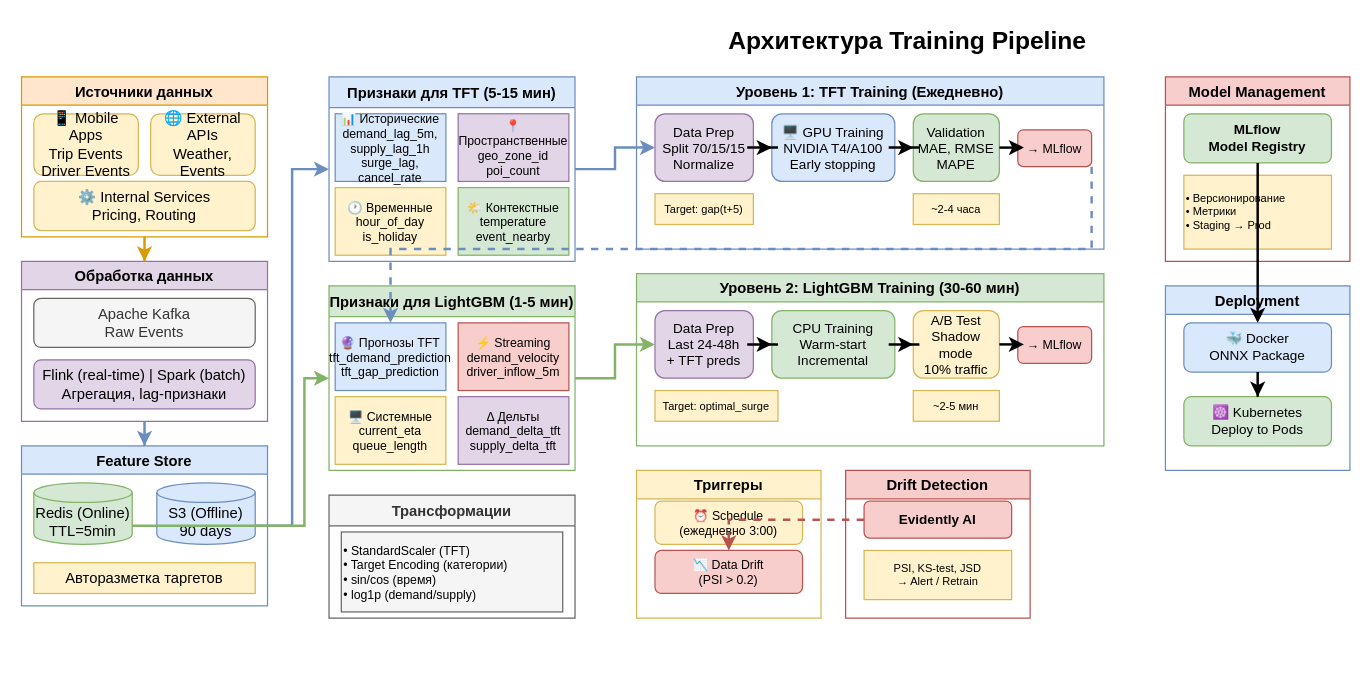
Above: diagrams/3_training_pipeline.drawio in mityamuch/MachineSystemsKP (draw.io), before the change. Source tidied: cells renumbered, new cells numbered last; positions are measured from the earlier drawing's top-left corner, leaving out a move shared by most shapes. Both pictures are drawn from the tidied source at 123%, with x=0, y=0 at pixel (21, 21).
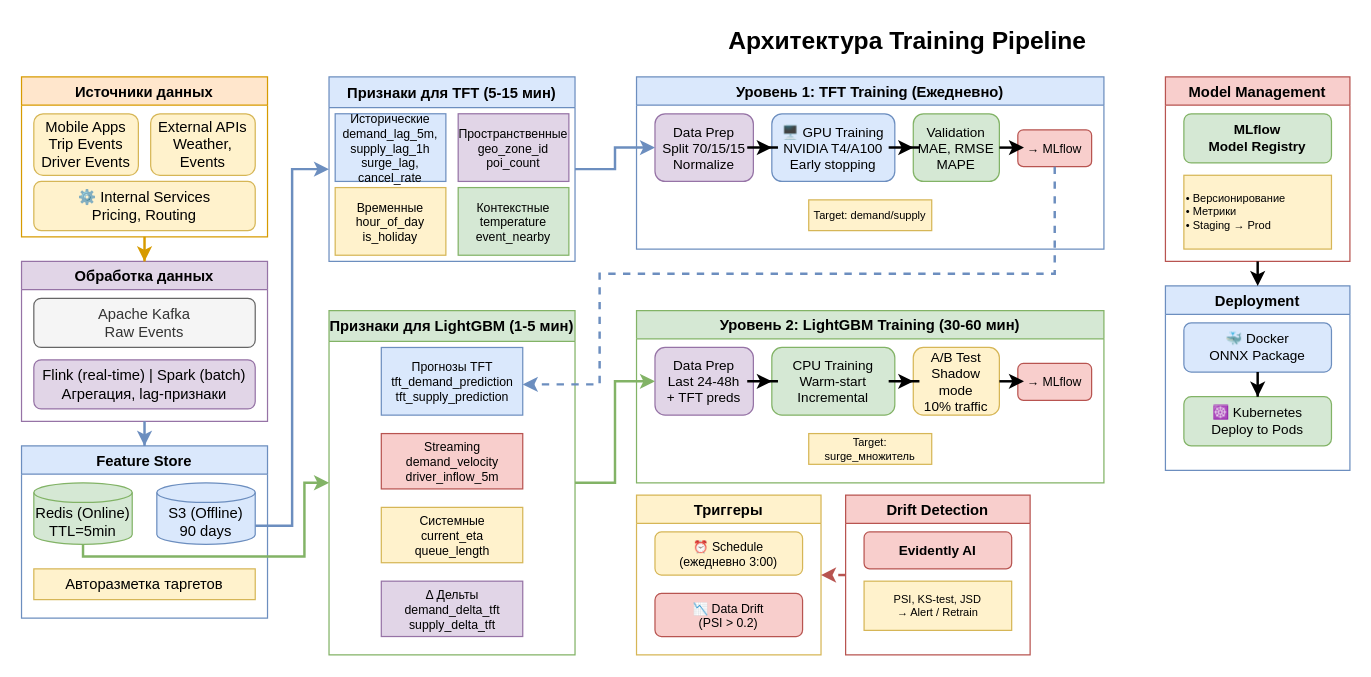
The same page after the edit.

Unchanged cells that the change refers to:
```xml
<mxCell id="3" value="Источники данных" style="swimlane;fillColor=#ffe6cc;strokeColor=#d79b00;fontStyle=1;" parent="1" vertex="1">
  <mxGeometry y="45" width="200" height="130" as="geometry" />
</mxCell>
<mxCell id="11" value="Redis (Online)&lt;br&gt;TTL=5min" style="shape=cylinder3;whiteSpace=wrap;html=1;boundedLbl=1;backgroundOutline=1;size=8;fillColor=#d5e8d4;strokeColor=#82b366;" parent="10" vertex="1">
  <mxGeometry x="10" y="30" width="80" height="50" as="geometry" />
</mxCell>
<mxCell id="14" value="Признаки для TFT (5-15 мин)" style="swimlane;fillColor=#dae8fc;strokeColor=#6c8ebf;fontStyle=1;startSize=25;" parent="1" vertex="1">
  <mxGeometry x="250" y="45" width="200" height="150" as="geometry" />
</mxCell>
<mxCell id="26" value="Уровень 1: TFT Training (Ежедневно)" style="swimlane;fillColor=#dae8fc;strokeColor=#6c8ebf;fontStyle=1;" parent="1" vertex="1">
  <mxGeometry x="500" y="45" width="380" height="140" as="geometry" />
</mxCell>
<mxCell id="34" value="→ MLflow" style="rounded=1;whiteSpace=wrap;html=1;fillColor=#f8cecc;strokeColor=#b85450;fontSize=10;" parent="26" vertex="1">
  <mxGeometry x="310" y="43" width="60" height="30" as="geometry" />
</mxCell>
<mxCell id="53" value="MLflow&lt;br&gt;Model Registry" style="rounded=1;whiteSpace=wrap;html=1;fillColor=#d5e8d4;strokeColor=#82b366;fontStyle=1;fontSize=11;" parent="52" vertex="1">
  <mxGeometry x="15" y="30" width="120" height="40" as="geometry" />
</mxCell>
<mxCell id="56" value="🐳 Docker&lt;br&gt;ONNX Package" style="rounded=1;whiteSpace=wrap;html=1;fillColor=#dae8fc;strokeColor=#6c8ebf;fontSize=11;" parent="55" vertex="1">
  <mxGeometry x="15" y="30" width="120" height="40" as="geometry" />
</mxCell>
```

Diff of the diagram source:
```diff
@@
-    <mxCell id="4" value="📱 Mobile Apps&lt;br&gt;Trip Events&lt;br&gt;Driver Events" style="rounded=1;whiteSpace=wrap;html=1;fillColor=#fff2cc;strokeColor=#d6b656;" parent="3" vertex="1">
+    <mxCell id="4" value="Mobile Apps&lt;br&gt;Trip Events&lt;br&gt;Driver Events" style="rounded=1;whiteSpace=wrap;html=1;fillColor=#fff2cc;strokeColor=#d6b656;" parent="3" vertex="1">
       <mxGeometry x="10" y="30" width="85" height="50" as="geometry" />
     </mxCell>
-    <mxCell id="5" value="🌐 External APIs&lt;br&gt;Weather, Events" style="rounded=1;whiteSpace=wrap;html=1;fillColor=#fff2cc;strokeColor=#d6b656;" parent="3" vertex="1">
+    <mxCell id="5" value="External APIs&lt;br&gt;Weather, Events" style="rounded=1;whiteSpace=wrap;html=1;fillColor=#fff2cc;strokeColor=#d6b656;" parent="3" vertex="1">
       <mxGeometry x="105" y="30" width="85" height="50" as="geometry" />
     </mxCell>
@@
     <mxCell id="10" value="Feature Store" style="swimlane;fillColor=#dae8fc;strokeColor=#6c8ebf;fontStyle=1;" parent="1" vertex="1">
-      <mxGeometry y="345" width="200" height="130" as="geometry" />
+      <mxGeometry y="345" width="200" height="140" as="geometry" />
     </mxCell>
@@
     <mxCell id="13" value="Авторазметка таргетов" style="rounded=0;whiteSpace=wrap;html=1;fillColor=#fff2cc;strokeColor=#d6b656;" parent="10" vertex="1">
-      <mxGeometry x="10" y="95" width="180" height="25" as="geometry" />
+      <mxGeometry x="10" y="100" width="180" height="25" as="geometry" />
     </mxCell>
@@
-    <mxCell id="15" value="📊 Исторические&lt;br&gt;demand_lag_5m, supply_lag_1h&lt;br&gt;surge_lag, cancel_rate" style="rounded=0;whiteSpace=wrap;html=1;fillColor=#dae8fc;strokeColor=#6c8ebf;fontSize=10;" parent="14" vertex="1">
+    <mxCell id="15" value="Исторические&lt;br&gt;demand_lag_5m, supply_lag_1h&lt;br&gt;surge_lag, cancel_rate" style="rounded=0;whiteSpace=wrap;html=1;fillColor=#dae8fc;strokeColor=#6c8ebf;fontSize=10;" parent="14" vertex="1">
       <mxGeometry x="5" y="30" width="90" height="55" as="geometry" />
     </mxCell>
-    <mxCell id="16" value="📍 Пространственные&lt;br&gt;geo_zone_id&lt;br&gt;poi_count" style="rounded=0;whiteSpace=wrap;html=1;fillColor=#e1d5e7;strokeColor=#9673a6;fontSize=10;" parent="14" vertex="1">
+    <mxCell id="16" value="Пространственные&lt;br&gt;geo_zone_id&lt;br&gt;poi_count" style="rounded=0;whiteSpace=wrap;html=1;fillColor=#e1d5e7;strokeColor=#9673a6;fontSize=10;" parent="14" vertex="1">
       <mxGeometry x="105" y="30" width="90" height="55" as="geometry" />
     </mxCell>
-    <mxCell id="17" value="🕐 Временные&lt;br&gt;hour_of_day&lt;br&gt;is_holiday" style="rounded=0;whiteSpace=wrap;html=1;fillColor=#fff2cc;strokeColor=#d6b656;fontSize=10;" parent="14" vertex="1">
+    <mxCell id="17" value="Временные&lt;br&gt;hour_of_day&lt;br&gt;is_holiday" style="rounded=0;whiteSpace=wrap;html=1;fillColor=#fff2cc;strokeColor=#d6b656;fontSize=10;" parent="14" vertex="1">
       <mxGeometry x="5" y="90" width="90" height="55" as="geometry" />
     </mxCell>
-    <mxCell id="18" value="🌤️ Контекстные&lt;br&gt;temperature&lt;br&gt;event_nearby" style="rounded=0;whiteSpace=wrap;html=1;fillColor=#d5e8d4;strokeColor=#82b366;fontSize=10;" parent="14" vertex="1">
+    <mxCell id="18" value="Контекстные&lt;br&gt;temperature&lt;br&gt;event_nearby" style="rounded=0;whiteSpace=wrap;html=1;fillColor=#d5e8d4;strokeColor=#82b366;fontSize=10;" parent="14" vertex="1">
       <mxGeometry x="105" y="90" width="90" height="55" as="geometry" />
     </mxCell>
     <mxCell id="19" value="Признаки для LightGBM (1-5 мин)" style="swimlane;fillColor=#d5e8d4;strokeColor=#82b366;fontStyle=1;startSize=25;" parent="1" vertex="1">
-      <mxGeometry x="250" y="215" width="200" height="150" as="geometry" />
+      <mxGeometry x="250" y="235" width="200" height="280" as="geometry" />
     </mxCell>
-    <mxCell id="20" value="🔮 Прогнозы TFT&lt;br&gt;tft_demand_prediction&lt;br&gt;tft_gap_prediction" style="rounded=0;whiteSpace=wrap;html=1;fillColor=#dae8fc;strokeColor=#6c8ebf;fontSize=10;" parent="19" vertex="1">
-      <mxGeometry x="5" y="30" width="90" height="55" as="geometry" />
+    <mxCell id="20" value="Прогнозы TFT&lt;br&gt;tft_demand_prediction&lt;br&gt;tft_supply_prediction" style="rounded=0;whiteSpace=wrap;html=1;fillColor=#dae8fc;strokeColor=#6c8ebf;fontSize=10;" parent="19" vertex="1">
+      <mxGeometry x="42.5" y="30" width="115" height="55" as="geometry" />
     </mxCell>
-    <mxCell id="21" value="⚡ Streaming&lt;br&gt;demand_velocity&lt;br&gt;driver_inflow_5m" style="rounded=0;whiteSpace=wrap;html=1;fillColor=#f8cecc;strokeColor=#b85450;fontSize=10;" parent="19" vertex="1">
-      <mxGeometry x="105" y="30" width="90" height="55" as="geometry" />
+    <mxCell id="21" value="Streaming&lt;br&gt;demand_velocity&lt;br&gt;driver_inflow_5m" style="rounded=0;whiteSpace=wrap;html=1;fillColor=#f8cecc;strokeColor=#b85450;fontSize=10;" parent="19" vertex="1">
+      <mxGeometry x="42.5" y="100" width="115" height="45" as="geometry" />
     </mxCell>
-    <mxCell id="22" value="🖥️ Системные&lt;br&gt;current_eta&lt;br&gt;queue_length" style="rounded=0;whiteSpace=wrap;html=1;fillColor=#fff2cc;strokeColor=#d6b656;fontSize=10;" parent="19" vertex="1">
-      <mxGeometry x="5" y="90" width="90" height="55" as="geometry" />
+    <mxCell id="22" value="Системные&lt;br&gt;current_eta&lt;br&gt;queue_length" style="rounded=0;whiteSpace=wrap;html=1;fillColor=#fff2cc;strokeColor=#d6b656;fontSize=10;" parent="19" vertex="1">
+      <mxGeometry x="42.5" y="160" width="115" height="45" as="geometry" />
     </mxCell>
     <mxCell id="23" value="Δ Дельты&lt;br&gt;demand_delta_tft&lt;br&gt;supply_delta_tft" style="rounded=0;whiteSpace=wrap;html=1;fillColor=#e1d5e7;strokeColor=#9673a6;fontSize=10;" parent="19" vertex="1">
-      <mxGeometry x="105" y="90" width="90" height="55" as="geometry" />
+      <mxGeometry x="42.5" y="220" width="115" height="45" as="geometry" />
     </mxCell>
-    <mxCell id="24" value="Трансформации" style="swimlane;fillColor=#f5f5f5;strokeColor=#666666;fontStyle=1;fontColor=#333333;startSize=25;" parent="1" vertex="1">
-      <mxGeometry x="250" y="385" width="200" height="100" as="geometry" />
-    </mxCell>
-    <mxCell id="25" value="• StandardScaler (TFT)&lt;br&gt;• Target Encoding (категории)&lt;br&gt;• sin/cos (время)&lt;br&gt;• log1p (demand/supply)" style="rounded=0;whiteSpace=wrap;html=1;fillColor=#f5f5f5;strokeColor=#666666;fontSize=10;align=left;" parent="24" vertex="1">
-      <mxGeometry x="10" y="30" width="180" height="65" as="geometry" />
-    </mxCell>
@@
-    <mxCell id="30" value="Target: gap(t+5)" style="rounded=0;whiteSpace=wrap;html=1;fillColor=#fff2cc;strokeColor=#d6b656;fontSize=9;" parent="26" vertex="1">
-      <mxGeometry x="15" y="95" width="80" height="25" as="geometry" />
+    <mxCell id="30" value="Target: demand/supply" style="rounded=0;whiteSpace=wrap;html=1;fillColor=#fff2cc;strokeColor=#d6b656;fontSize=9;" parent="26" vertex="1">
+      <mxGeometry x="140" y="100" width="100" height="25" as="geometry" />
     </mxCell>
-    <mxCell id="31" value="~2-4 часа" style="rounded=0;whiteSpace=wrap;html=1;fillColor=#fff2cc;strokeColor=#d6b656;fontSize=9;" parent="26" vertex="1">
-      <mxGeometry x="225" y="95" width="70" height="25" as="geometry" />
-    </mxCell>
@@
     <mxCell id="36" value="Уровень 2: LightGBM Training (30-60 мин)" style="swimlane;fillColor=#d5e8d4;strokeColor=#82b366;fontStyle=1;" parent="1" vertex="1">
-      <mxGeometry x="500" y="205" width="380" height="140" as="geometry" />
+      <mxGeometry x="500" y="235" width="380" height="140" as="geometry" />
     </mxCell>
@@
-    <mxCell id="40" value="Target: optimal_surge" style="rounded=0;whiteSpace=wrap;html=1;fillColor=#fff2cc;strokeColor=#d6b656;fontSize=9;" parent="36" vertex="1">
-      <mxGeometry x="15" y="95" width="100" height="25" as="geometry" />
+    <mxCell id="40" value="Target: surge_множитель" style="rounded=0;whiteSpace=wrap;html=1;fillColor=#fff2cc;strokeColor=#d6b656;fontSize=9;" parent="36" vertex="1">
+      <mxGeometry x="140" y="100" width="100" height="25" as="geometry" />
     </mxCell>
-    <mxCell id="41" value="~2-5 мин" style="rounded=0;whiteSpace=wrap;html=1;fillColor=#fff2cc;strokeColor=#d6b656;fontSize=9;" parent="36" vertex="1">
-      <mxGeometry x="225" y="95" width="70" height="25" as="geometry" />
-    </mxCell>
@@
     <mxCell id="46" value="Триггеры" style="swimlane;fillColor=#fff2cc;strokeColor=#d6b656;fontStyle=1;" parent="1" vertex="1">
-      <mxGeometry x="500" y="365" width="150" height="120" as="geometry" />
+      <mxGeometry x="500" y="385" width="150" height="130" as="geometry" />
     </mxCell>
     <mxCell id="47" value="⏰ Schedule&lt;br&gt;(ежедневно 3:00)" style="rounded=1;whiteSpace=wrap;html=1;fillColor=#fff2cc;strokeColor=#d6b656;fontSize=10;" parent="46" vertex="1">
-      <mxGeometry x="15" y="25" width="120" height="35" as="geometry" />
+      <mxGeometry x="15" y="30" width="120" height="35" as="geometry" />
     </mxCell>
     <mxCell id="48" value="📉 Data Drift&lt;br&gt;(PSI &gt; 0.2)" style="rounded=1;whiteSpace=wrap;html=1;fillColor=#f8cecc;strokeColor=#b85450;fontSize=10;" parent="46" vertex="1">
-      <mxGeometry x="15" y="65" width="120" height="35" as="geometry" />
+      <mxGeometry x="15" y="80" width="120" height="35" as="geometry" />
     </mxCell>
     <mxCell id="49" value="Drift Detection" style="swimlane;fillColor=#f8cecc;strokeColor=#b85450;fontStyle=1;" parent="1" vertex="1">
-      <mxGeometry x="670" y="365" width="150" height="120" as="geometry" />
+      <mxGeometry x="670" y="385" width="150" height="130" as="geometry" />
     </mxCell>
     <mxCell id="50" value="Evidently AI" style="rounded=1;whiteSpace=wrap;html=1;fillColor=#f8cecc;strokeColor=#b85450;fontStyle=1;fontSize=11;" parent="49" vertex="1">
-      <mxGeometry x="15" y="25" width="120" height="30" as="geometry" />
+      <mxGeometry x="15" y="30" width="120" height="30" as="geometry" />
     </mxCell>
     <mxCell id="51" value="PSI, KS-test, JSD&lt;br&gt;→ Alert / Retrain" style="rounded=0;whiteSpace=wrap;html=1;fillColor=#fff2cc;strokeColor=#d6b656;fontSize=9;" parent="49" vertex="1">
-      <mxGeometry x="15" y="65" width="120" height="40" as="geometry" />
+      <mxGeometry x="15" y="70" width="120" height="40" as="geometry" />
     </mxCell>
@@
-    <mxCell id="62" style="edgeStyle=orthogonalEdgeStyle;rounded=0;jettySize=auto;html=1;strokeWidth=2;strokeColor=#82b366;" parent="1" edge="1" source="11" target="19">
+    <mxCell id="62" style="edgeStyle=orthogonalEdgeStyle;rounded=0;jettySize=auto;html=1;strokeWidth=2;strokeColor=#82b366;exitX=0.5;exitY=1;exitDx=0;exitDy=0;exitPerimeter=0;entryX=0;entryY=0.5;entryDx=0;entryDy=0;" parent="1" edge="1" source="11" target="19">
       <mxGeometry relative="1" as="geometry">
         <Array as="points">
-          <mxPoint x="230" y="410" />
-          <mxPoint x="230" y="290" />
+          <mxPoint x="50" y="435" />
+          <mxPoint x="230" y="435" />
+          <mxPoint x="230" y="375" />
         </Array>
       </mxGeometry>
     </mxCell>
@@
-    <mxCell id="65" style="edgeStyle=orthogonalEdgeStyle;rounded=0;jettySize=auto;html=1;strokeWidth=2;" parent="1" edge="1" source="53" target="56">
-      <mxGeometry relative="1" as="geometry" />
+    <mxCell id="65" style="edgeStyle=orthogonalEdgeStyle;rounded=0;orthogonalLoop=1;jettySize=auto;html=1;strokeWidth=2;" parent="1" edge="1">
+      <mxGeometry relative="1" as="geometry">
+        <mxPoint x="1005" y="195" as="sourcePoint" />
+        <mxPoint x="1005" y="215" as="targetPoint" />
+      </mxGeometry>
     </mxCell>
-    <mxCell id="66" style="edgeStyle=orthogonalEdgeStyle;rounded=0;jettySize=auto;html=1;strokeWidth=2;dashed=1;strokeColor=#b85450;" parent="1" edge="1" source="50" target="48">
+    <mxCell id="66" style="edgeStyle=orthogonalEdgeStyle;rounded=0;jettySize=auto;html=1;strokeWidth=2;dashed=1;strokeColor=#b85450;entryX=1;entryY=0.5;entryDx=0;entryDy=0;exitX=0;exitY=0.5;exitDx=0;exitDy=0;" parent="1" edge="1" source="49" target="46">
       <mxGeometry relative="1" as="geometry" />
     </mxCell>
-    <mxCell id="67" style="edgeStyle=orthogonalEdgeStyle;rounded=0;jettySize=auto;html=1;strokeWidth=2;dashed=1;strokeColor=#6c8ebf;" parent="1" edge="1" source="34" target="20">
+    <mxCell id="67" style="edgeStyle=orthogonalEdgeStyle;rounded=0;jettySize=auto;html=1;strokeWidth=2;dashed=1;strokeColor=#6c8ebf;exitX=0.5;exitY=1;exitDx=0;exitDy=0;" parent="1" edge="1" source="34" target="20">
       <mxGeometry relative="1" as="geometry">
         <Array as="points">
-          <mxPoint x="870" y="88" />
-          <mxPoint x="870" y="185" />
-          <mxPoint x="300" y="185" />
+          <mxPoint x="840" y="205" />
+          <mxPoint x="470" y="205" />
+          <mxPoint x="470" y="295" />
         </Array>
       </mxGeometry>
     </mxCell>
```
